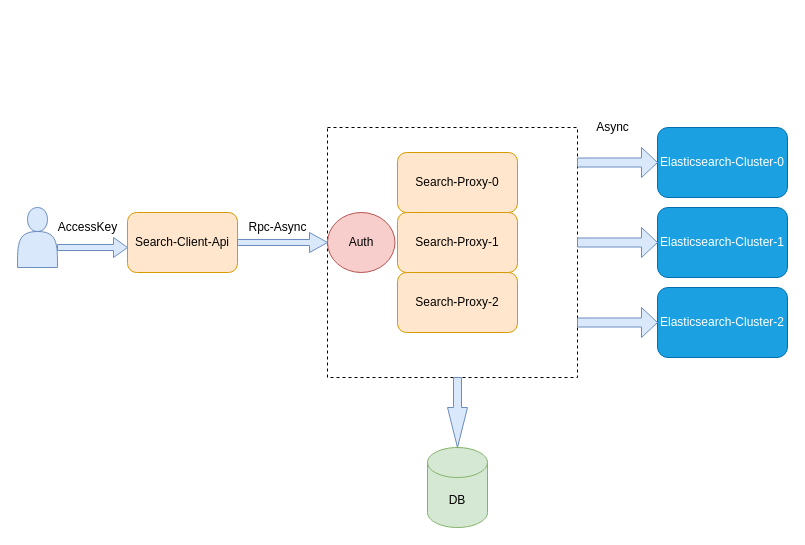
Above: src/搜索网关.drawio in YANGJINJUE/SSM_Template (draw.io), before the change. Source tidied: cells renumbered, new cells numbered last; positions are measured from the earlier drawing's top-left corner, leaving out a move shared by most shapes. Both pictures are drawn from the tidied source at 100%, with x=0, y=0 at pixel (17, 117).
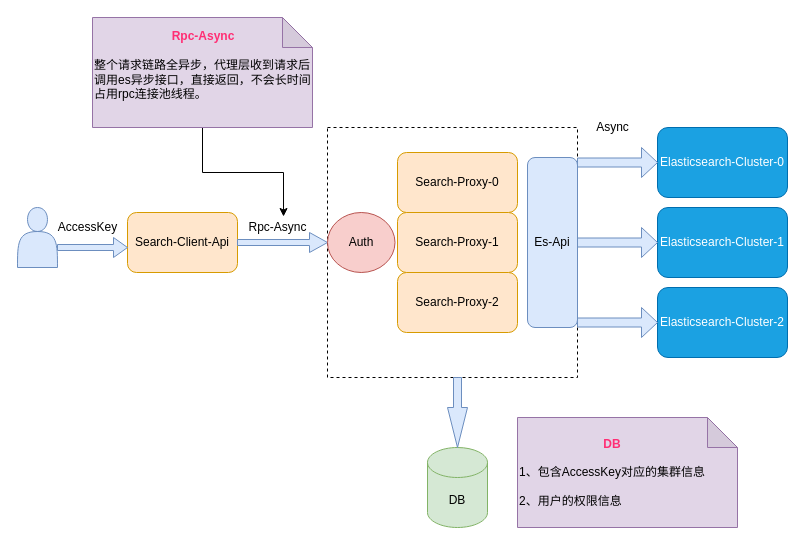
The same diagram, later.

The change refers to these unchanged cells:
```xml
<mxCell id="19" value="Rpc-Async" style="text;html=1;align=center;verticalAlign=middle;points=[];strokeColor=none;fillColor=none;" parent="1" vertex="1">
  <mxGeometry x="225" y="100" width="70" height="20" as="geometry" />
</mxCell>
```

The edit, as a diff of the source:
```diff
@@
+    <mxCell id="22" value="&lt;div style=&quot;text-align: center&quot;&gt;&lt;span&gt;&lt;b&gt;&lt;font color=&quot;#ff2e74&quot;&gt;DB&lt;/font&gt;&lt;/b&gt;&lt;/span&gt;&lt;/div&gt;&lt;div style=&quot;text-align: center&quot;&gt;&lt;span&gt;&lt;b&gt;&lt;font color=&quot;#ff2e74&quot;&gt;&lt;br&gt;&lt;/font&gt;&lt;/b&gt;&lt;/span&gt;&lt;/div&gt;1、包含AccessKey对应的集群信息&lt;br&gt;&lt;br&gt;2、用户的权限信息" style="shape=note;whiteSpace=wrap;html=1;backgroundOutline=1;darkOpacity=0.05;align=left;fillColor=#e1d5e7;strokeColor=#9673a6;" parent="1" vertex="1">
+      <mxGeometry x="500" y="300" width="220" height="110" as="geometry" />
+    </mxCell>
+    <mxCell id="23" style="edgeStyle=orthogonalEdgeStyle;rounded=0;jettySize=auto;html=1;entryX=0.586;entryY=-0.05;entryDx=0;entryDy=0;entryPerimeter=0;" parent="1" edge="1" source="24" target="19">
+      <mxGeometry relative="1" as="geometry" />
+    </mxCell>
+    <mxCell id="24" value="&lt;div style=&quot;text-align: center&quot;&gt;&lt;font color=&quot;#ff2e74&quot;&gt;&lt;b&gt;Rpc-Async&lt;/b&gt;&lt;/font&gt;&lt;/div&gt;&lt;div style=&quot;text-align: center&quot;&gt;&lt;span&gt;&lt;b&gt;&lt;font color=&quot;#ff2e74&quot;&gt;&lt;br&gt;&lt;/font&gt;&lt;/b&gt;&lt;/span&gt;&lt;/div&gt;整个请求链路全异步，代理层收到请求后调用es异步接口，直接返回，不会长时间占用rpc连接池线程。&lt;br&gt;&lt;br&gt;" style="shape=note;whiteSpace=wrap;html=1;backgroundOutline=1;darkOpacity=0.05;align=left;fillColor=#e1d5e7;strokeColor=#9673a6;" parent="1" vertex="1">
+      <mxGeometry x="75" y="-100" width="220" height="110" as="geometry" />
+    </mxCell>
+    <mxCell id="25" value="&lt;span&gt;Es-Api&lt;/span&gt;" style="rounded=1;whiteSpace=wrap;html=1;direction=south;fillColor=#dae8fc;strokeColor=#6c8ebf;" parent="1" vertex="1">
+      <mxGeometry x="510" y="40" width="50" height="170" as="geometry" />
+    </mxCell>
```
